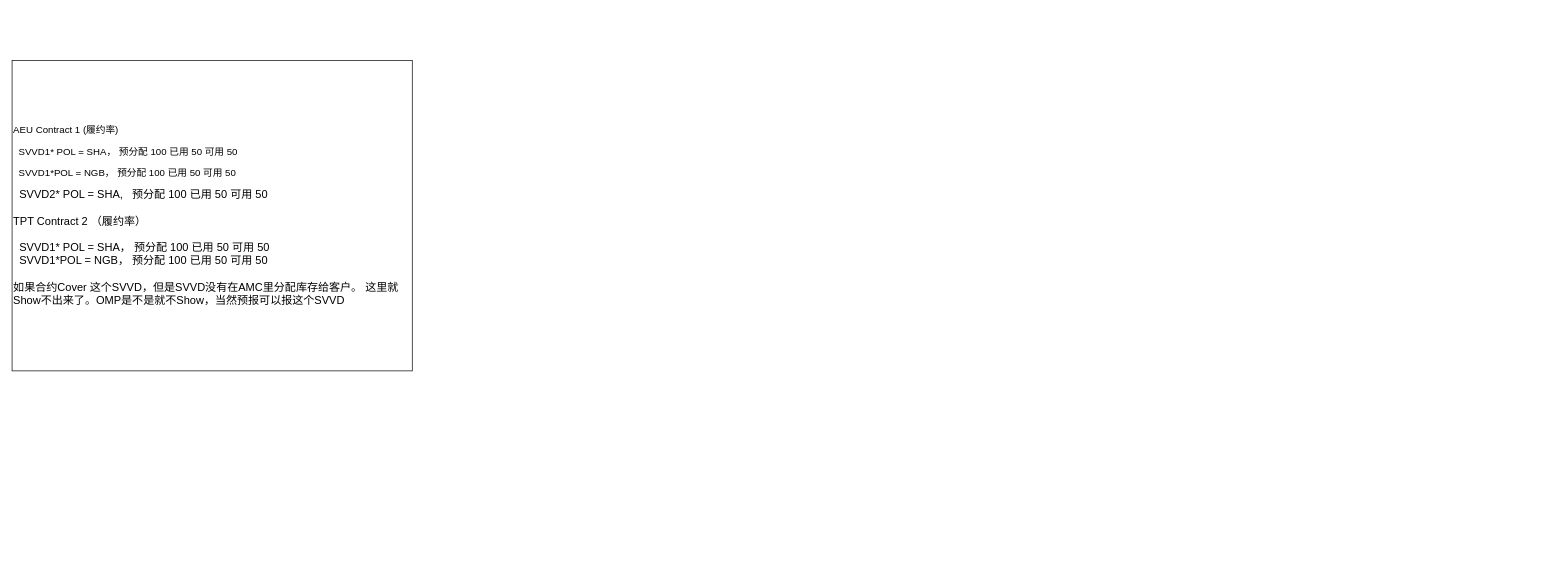
This is page "第 3 页" (3 of 3) of 未命名绘图.drawio from Linsq0504/OMP, a draw.io file, before an edit. Source tidied: cells renumbered, new cells numbered last; positions are measured from the earlier drawing's top-left corner, leaving out a move shared by most shapes. Both pictures are drawn from the tidied source at 69%, with x=0, y=0 at pixel (12, 60).
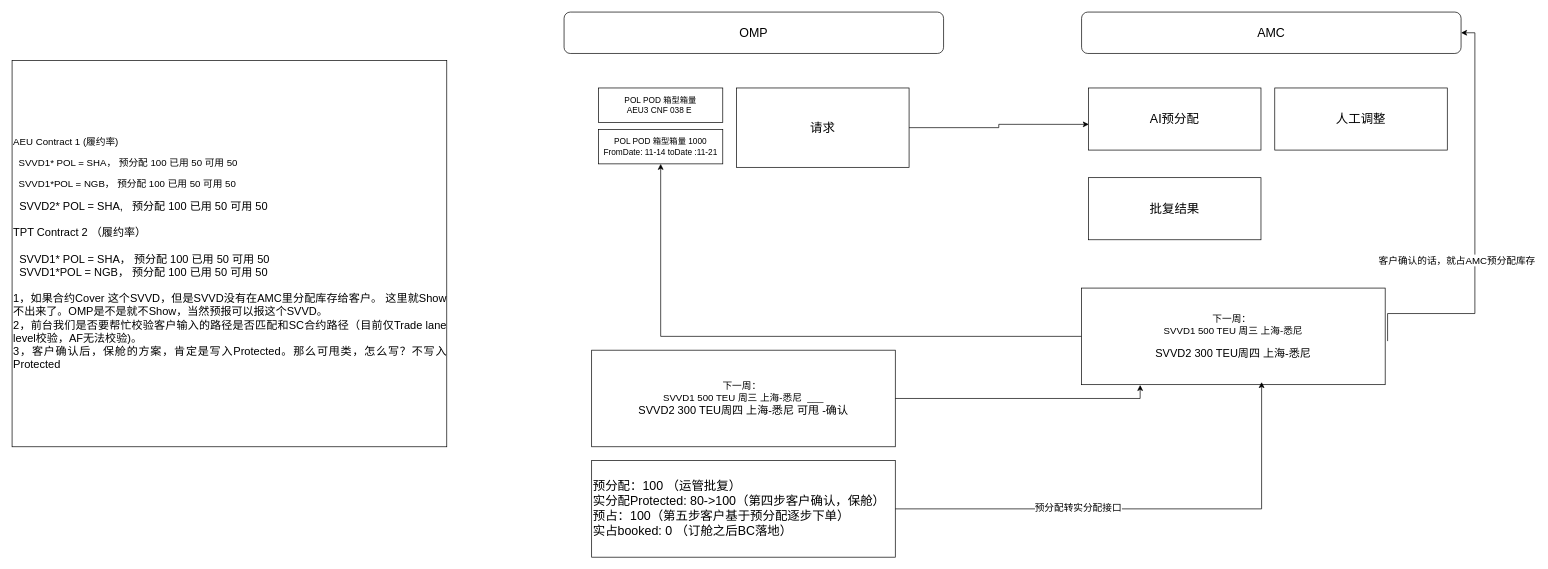
Above is the later version.

Commit message:
更新未命名绘图.drawio

Diff of the diagram source:
```diff
@@
-    <mxCell id="2" value="&lt;font style=&quot;font-size: 14px;&quot;&gt;AEU Contract 1 (履约率)&lt;p&gt;&amp;nbsp; SVVD1* POL = SHA， 预分配 100 已用 50 可用 50&lt;/p&gt;&lt;p&gt;&amp;nbsp; SVVD1*POL = NGB， 预分配 100 已用 50 可用 50&lt;/p&gt;&lt;/font&gt;&lt;div&gt;&lt;span style=&quot;background-color: transparent; color: light-dark(#000000, var(--ge-light-color, #ffffff));&quot;&gt;&lt;font size=&quot;3&quot;&gt;&amp;nbsp; SVVD2* POL = SHA, &amp;nbsp; 预分配 100 已用 50 可用 50&lt;/font&gt;&lt;/span&gt;&lt;/div&gt;&lt;div&gt;&lt;span style=&quot;background-color: transparent; color: light-dark(#000000, var(--ge-light-color, #ffffff));&quot;&gt;&lt;font size=&quot;3&quot;&gt;&lt;br&gt;&lt;/font&gt;&lt;/span&gt;&lt;/div&gt;&lt;div&gt;&lt;span style=&quot;background-color: transparent; color: light-dark(#000000, var(--ge-light-color, #ffffff));&quot;&gt;&lt;font size=&quot;3&quot;&gt;TPT Contract 2 （履约率）&lt;/font&gt;&lt;/span&gt;&lt;/div&gt;&lt;div&gt;&lt;font size=&quot;3&quot;&gt;&amp;nbsp;&amp;nbsp;&lt;/font&gt;&lt;/div&gt;&lt;div&gt;&lt;span style=&quot;background-color: transparent; color: light-dark(#000000, var(--ge-light-color, #ffffff));&quot;&gt;&lt;font size=&quot;3&quot;&gt;&amp;nbsp; SVVD1* POL = SHA， 预分配 100 已用 50 可用 50&lt;/font&gt;&lt;/span&gt;&lt;/div&gt;&lt;div&gt;&lt;span style=&quot;background-color: transparent; color: light-dark(#000000, var(--ge-light-color, #ffffff));&quot;&gt;&lt;font size=&quot;3&quot;&gt;&amp;nbsp; SVVD1*POL = NGB， 预分配 100 已用 50 可用 50&lt;/font&gt;&lt;/span&gt;&lt;/div&gt;&lt;div&gt;&lt;font size=&quot;3&quot;&gt;&lt;br&gt;&lt;/font&gt;&lt;/div&gt;&lt;div&gt;&lt;font size=&quot;3&quot;&gt;如果合约Cover 这个SVVD，但是SVVD没有在AMC里分配库存给客户。 这里就Show不出来了。OMP是不是就不Show，当然预报可以报这个SVVD&lt;/font&gt;&lt;/div&gt;" style="rounded=0;whiteSpace=wrap;html=1;align=left;" parent="1" vertex="1">
-      <mxGeometry width="580" height="450" as="geometry" />
+    <mxCell id="2" value="&lt;div style=&quot;text-align: justify;&quot;&gt;&lt;span style=&quot;font-size: 14px; background-color: transparent; color: light-dark(#000000, var(--ge-light-color, #ffffff));&quot;&gt;AEU Contract 1 (履约率)&lt;/span&gt;&lt;/div&gt;&lt;font style=&quot;font-size: 14px;&quot;&gt;&lt;p style=&quot;text-align: justify;&quot;&gt;&amp;nbsp; SVVD1* POL = SHA， 预分配 100 已用 50 可用 50&lt;/p&gt;&lt;p style=&quot;text-align: justify;&quot;&gt;&amp;nbsp; SVVD1*POL = NGB， 预分配 100 已用 50 可用 50&lt;/p&gt;&lt;/font&gt;&lt;div style=&quot;text-align: justify;&quot;&gt;&lt;span style=&quot;background-color: transparent; color: light-dark(#000000, var(--ge-light-color, #ffffff));&quot;&gt;&lt;font size=&quot;3&quot;&gt;&amp;nbsp; SVVD2* POL = SHA, &amp;nbsp; 预分配 100 已用 50 可用 50&lt;/font&gt;&lt;/span&gt;&lt;/div&gt;&lt;div style=&quot;text-align: justify;&quot;&gt;&lt;span style=&quot;background-color: transparent; color: light-dark(#000000, var(--ge-light-color, #ffffff));&quot;&gt;&lt;font size=&quot;3&quot;&gt;&lt;br&gt;&lt;/font&gt;&lt;/span&gt;&lt;/div&gt;&lt;div style=&quot;text-align: justify;&quot;&gt;&lt;span style=&quot;background-color: transparent; color: light-dark(#000000, var(--ge-light-color, #ffffff));&quot;&gt;&lt;font size=&quot;3&quot;&gt;TPT Contract 2 （履约率）&lt;/font&gt;&lt;/span&gt;&lt;/div&gt;&lt;div style=&quot;text-align: justify;&quot;&gt;&lt;font size=&quot;3&quot;&gt;&amp;nbsp;&amp;nbsp;&lt;/font&gt;&lt;/div&gt;&lt;div style=&quot;text-align: justify;&quot;&gt;&lt;span style=&quot;background-color: transparent; color: light-dark(#000000, var(--ge-light-color, #ffffff));&quot;&gt;&lt;font size=&quot;3&quot;&gt;&amp;nbsp; SVVD1* POL = SHA， 预分配 100 已用 50 可用 50&lt;/font&gt;&lt;/span&gt;&lt;/div&gt;&lt;div style=&quot;text-align: justify;&quot;&gt;&lt;span style=&quot;background-color: transparent; color: light-dark(#000000, var(--ge-light-color, #ffffff));&quot;&gt;&lt;font size=&quot;3&quot;&gt;&amp;nbsp; SVVD1*POL = NGB， 预分配 100 已用 50 可用 50&lt;/font&gt;&lt;/span&gt;&lt;/div&gt;&lt;div style=&quot;text-align: justify;&quot;&gt;&lt;font size=&quot;3&quot;&gt;&lt;br&gt;&lt;/font&gt;&lt;/div&gt;&lt;div style=&quot;text-align: justify;&quot;&gt;&lt;font size=&quot;3&quot;&gt;1，如果合约Cover 这个SVVD，但是SVVD没有在AMC里分配库存给客户。 这里就Show不出来了。OMP是不是就不Show，当然预报可以报这个SVVD。&lt;/font&gt;&lt;/div&gt;&lt;div style=&quot;text-align: justify;&quot;&gt;&lt;font size=&quot;3&quot;&gt;2，前台我们是否要帮忙校验客户输入的路径是否匹配和SC合约路径（目前仅Trade lane level校验，AF无法校验)。&lt;/font&gt;&lt;/div&gt;&lt;div style=&quot;text-align: justify;&quot;&gt;&lt;font size=&quot;3&quot;&gt;3，客户确认后，保舱的方案，肯定是写入Protected。那么&lt;/font&gt;&lt;span style=&quot;font-size: medium; text-align: center; background-color: transparent; color: light-dark(#000000, var(--ge-light-color, #ffffff));&quot;&gt;可甩类，怎么写？不写入Protected&lt;/span&gt;&lt;/div&gt;" style="rounded=0;whiteSpace=wrap;html=1;align=left;" parent="1" vertex="1">
+      <mxGeometry width="630" height="560" as="geometry" />
     </mxCell>
+    <mxCell id="3" value="POL POD 箱型箱量&lt;div&gt;AEU3 CNF 038 E&amp;nbsp;&lt;/div&gt;" style="rounded=0;whiteSpace=wrap;html=1;" parent="1" vertex="1">
+      <mxGeometry x="850" y="40" width="180" height="50" as="geometry" />
+    </mxCell>
+    <mxCell id="4" value="POL POD 箱型箱量 1000&lt;div&gt;FromDate: 11-14 toDate :11-21&lt;/div&gt;" style="rounded=0;whiteSpace=wrap;html=1;" parent="1" vertex="1">
+      <mxGeometry x="850" y="100" width="180" height="50" as="geometry" />
+    </mxCell>
+    <mxCell id="5" style="edgeStyle=orthogonalEdgeStyle;rounded=0;jettySize=auto;html=1;entryX=0.002;entryY=0.586;entryDx=0;entryDy=0;defaultLabelBackgroundColor=page;entryPerimeter=0;" parent="1" edge="1" source="6" target="9">
+      <mxGeometry relative="1" as="geometry" />
+    </mxCell>
+    <mxCell id="6" value="&lt;font style=&quot;font-size: 18px;&quot;&gt;请求&lt;/font&gt;" style="rounded=0;whiteSpace=wrap;html=1;" parent="1" vertex="1">
+      <mxGeometry x="1050" y="40" width="250" height="115" as="geometry" />
+    </mxCell>
+    <mxCell id="7" value="&lt;font style=&quot;font-size: 18px;&quot;&gt;OMP&lt;/font&gt;" style="rounded=1;whiteSpace=wrap;html=1;roundedPerimeter=1;" parent="1" vertex="1">
+      <mxGeometry x="800" y="-70" width="550" height="60" as="geometry" />
+    </mxCell>
+    <mxCell id="8" value="&lt;font style=&quot;font-size: 18px;&quot;&gt;AMC&lt;/font&gt;" style="rounded=1;whiteSpace=wrap;html=1;roundedPerimeter=1;" parent="1" vertex="1">
+      <mxGeometry x="1550" y="-70" width="550" height="60" as="geometry" />
+    </mxCell>
+    <mxCell id="9" value="&lt;font style=&quot;font-size: 18px;&quot;&gt;AI预分配&lt;/font&gt;" style="rounded=0;whiteSpace=wrap;html=1;" parent="1" vertex="1">
+      <mxGeometry x="1560" y="40" width="250" height="90" as="geometry" />
+    </mxCell>
+    <mxCell id="10" value="&lt;font style=&quot;font-size: 18px;&quot;&gt;人工调整&lt;/font&gt;" style="rounded=0;whiteSpace=wrap;html=1;" parent="1" vertex="1">
+      <mxGeometry x="1830" y="40" width="250" height="90" as="geometry" />
+    </mxCell>
+    <mxCell id="11" value="&lt;font style=&quot;font-size: 18px;&quot;&gt;批复结果&lt;/font&gt;" style="rounded=0;whiteSpace=wrap;html=1;" parent="1" vertex="1">
+      <mxGeometry x="1560" y="170" width="250" height="90" as="geometry" />
+    </mxCell>
+    <mxCell id="12" style="edgeStyle=orthogonalEdgeStyle;rounded=0;jettySize=auto;html=1;entryX=0.5;entryY=1;entryDx=0;entryDy=0;defaultLabelBackgroundColor=page;" parent="1" edge="1" source="15" target="4">
+      <mxGeometry relative="1" as="geometry" />
+    </mxCell>
+    <mxCell id="13" style="edgeStyle=orthogonalEdgeStyle;rounded=0;jettySize=auto;html=1;entryX=1;entryY=0.5;entryDx=0;entryDy=0;defaultLabelBackgroundColor=page;exitX=1.008;exitY=0.549;exitDx=0;exitDy=0;exitPerimeter=0;" parent="1" edge="1" source="15" target="8">
+      <mxGeometry relative="1" as="geometry">
+        <Array as="points">
+          <mxPoint x="2120" y="366.9" />
+          <mxPoint x="2120" y="-40" />
+        </Array>
+      </mxGeometry>
+    </mxCell>
+    <mxCell id="14" value="&lt;font style=&quot;font-size: 14px;&quot;&gt;客户确认的话，就占AMC预分配库存&lt;/font&gt;" style="edgeLabel;html=1;align=center;verticalAlign=middle;inheritText=1;defaultLabelBackgroundColor=page;" parent="13" vertex="1">
+      <mxGeometry x="-0.74" y="-3" relative="1" as="geometry">
+        <mxPoint x="63" y="-80" as="offset" />
+      </mxGeometry>
+    </mxCell>
+    <mxCell id="15" value="&lt;font style=&quot;font-size: 14px;&quot;&gt;下一周：&amp;nbsp;&lt;/font&gt;&lt;div&gt;&lt;font style=&quot;font-size: 14px;&quot;&gt;SVVD1 500 TEU 周三 上海-悉尼&lt;/font&gt;&lt;/div&gt;&lt;div&gt;&lt;br&gt;&lt;/div&gt;&lt;div&gt;&lt;font size=&quot;3&quot;&gt;SVVD2 300 TEU周四 &lt;span style=&quot;background-color: transparent;&quot;&gt;上海-悉尼&lt;br&gt;&lt;/span&gt;&lt;/font&gt;&lt;/div&gt;" style="rounded=0;whiteSpace=wrap;html=1;" parent="1" vertex="1">
+      <mxGeometry x="1550" y="330" width="440" height="140" as="geometry" />
+    </mxCell>
+    <mxCell id="16" value="&lt;font style=&quot;font-size: 14px;&quot;&gt;下一周：&amp;nbsp;&lt;/font&gt;&lt;div&gt;&lt;font style=&quot;font-size: 14px;&quot;&gt;SVVD1 500 TEU 周三 上海-悉尼&amp;nbsp; ___&lt;/font&gt;&lt;/div&gt;&lt;div&gt;&lt;font size=&quot;3&quot;&gt;SVVD2 300 TEU周四 &lt;span style=&quot;background-color: transparent;&quot;&gt;上海-悉尼 可甩 -确认&lt;br&gt;&lt;/span&gt;&lt;/font&gt;&lt;/div&gt;" style="rounded=0;whiteSpace=wrap;html=1;" parent="1" vertex="1">
+      <mxGeometry x="840" y="420" width="440" height="140" as="geometry" />
+    </mxCell>
+    <mxCell id="17" style="edgeStyle=orthogonalEdgeStyle;rounded=0;jettySize=auto;html=1;entryX=0.193;entryY=1.003;entryDx=0;entryDy=0;entryPerimeter=0;defaultLabelBackgroundColor=page;" parent="1" edge="1" source="16" target="15">
+      <mxGeometry relative="1" as="geometry" />
+    </mxCell>
+    <mxCell id="18" value="&lt;div&gt;&lt;span style=&quot;font-size: 18px;&quot;&gt;预分配：100 （运管批复）&lt;/span&gt;&lt;/div&gt;&lt;div&gt;&lt;span style=&quot;font-size: 18px;&quot;&gt;实分配Protected: 80-&amp;gt;100（第四步客户确认，保舱）&lt;/span&gt;&lt;/div&gt;&lt;div&gt;&lt;span style=&quot;font-size: 18px;&quot;&gt;预占：100（第五步客户基于预分配逐步下单）&lt;/span&gt;&lt;/div&gt;&lt;div&gt;&lt;span style=&quot;font-size: 18px;&quot;&gt;实占booked: 0 （订舱之后BC落地）&lt;/span&gt;&lt;/div&gt;" style="rounded=0;whiteSpace=wrap;html=1;align=left;" parent="1" vertex="1">
+      <mxGeometry x="840" y="580" width="440" height="140" as="geometry" />
+    </mxCell>
+    <mxCell id="19" style="edgeStyle=orthogonalEdgeStyle;rounded=0;jettySize=auto;html=1;entryX=0.593;entryY=0.973;entryDx=0;entryDy=0;entryPerimeter=0;defaultLabelBackgroundColor=page;" parent="1" edge="1" source="18" target="15">
+      <mxGeometry relative="1" as="geometry" />
+    </mxCell>
+    <mxCell id="20" value="&lt;font style=&quot;font-size: 14px;&quot;&gt;预分配转实分配接口&lt;/font&gt;" style="edgeLabel;html=1;align=center;verticalAlign=middle;inheritText=1;defaultLabelBackgroundColor=page;" parent="19" vertex="1">
+      <mxGeometry x="-0.26" y="3" relative="1" as="geometry" />
+    </mxCell>
```
